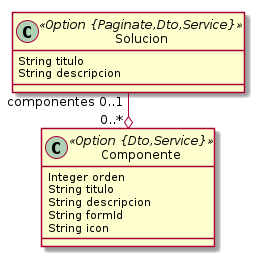
Before: solucion.png, a diagram exported from PlantUML (danimaniarqsoft/arche).
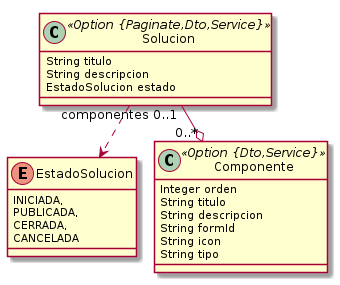
After the commit.

Commit message:
update: add icon and tipo in solucion

Change to the diagram source:
```diff
@@ -4,6 +4,14 @@
 	class Solucion <<Option {Paginate,Dto,Service}>> {
 		String titulo
 		String descripcion
+		EstadoSolucion estado
+	}
+	Solucion ..> EstadoSolucion
+	enum EstadoSolucion {
+		INICIADA,
+		PUBLICADA,
+		CERRADA,
+		CANCELADA
 	}
 	class Componente <<Option {Dto,Service}>> {
 		Integer orden
@@ -11,6 +19,7 @@
 		String descripcion
 		String formId
 		String icon
+		String tipo
 	}
 	Solucion  "componentes 0..1 " --o "0..* "  Componente
 @enduml
```
